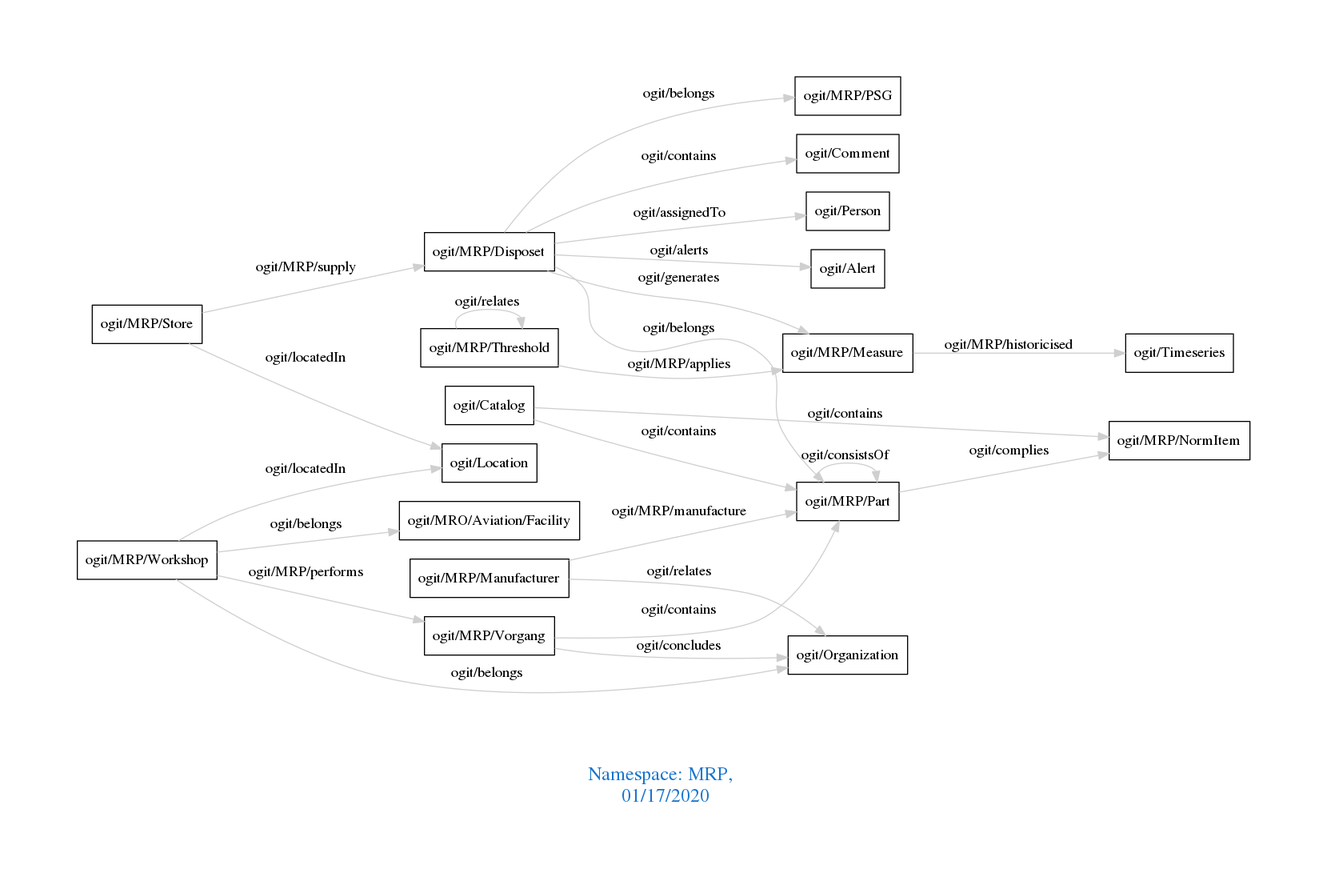
Above: downloads/MRP.png in arago/OGIT (Graphviz), before the change. Its source is kept beside it as downloads/MRP.dot. Its diagram source:
```dot
digraph OGIT_ontology {
 graph [ rankdir= LR,pad=1
fontsize = 18,
fontcolor= dodgerblue3,label = "\n\n\nNamespace: MRP, \n 01/17/2020"];
node[shape=polygon];
edge [  color="gray81"];

   "ogit/MRP/Disposet" -> "ogit/Comment" [label="   ogit/contains    "];
   "ogit/MRP/Vorgang" -> "ogit/MRP/Part" [label="   ogit/contains    "];
   "ogit/Catalog" -> "ogit/MRP/NormItem" [label="   ogit/contains    "];
   "ogit/Catalog" -> "ogit/MRP/Part" [label="   ogit/contains    "];
   "ogit/MRP/Vorgang" -> "ogit/Organization" [label="   ogit/concludes    "];
   "ogit/MRP/Disposet" -> "ogit/Person" [label="   ogit/assignedTo    "];
   "ogit/MRP/Disposet" -> "ogit/MRP/Measure" [label="   ogit/generates    "];
   "ogit/MRP/Threshold" -> "ogit/MRP/Measure" [label="   ogit/MRP/applies    "];
   "ogit/MRP/Part" -> "ogit/MRP/NormItem" [label="   ogit/complies    "];
   "ogit/MRP/Workshop" -> "ogit/MRP/Vorgang" [label="   ogit/MRP/performs    "];
   "ogit/MRP/Disposet" -> "ogit/Alert" [label="   ogit/alerts    "];
   "ogit/MRP/Store" -> "ogit/Location" [label="   ogit/locatedIn    "];
   "ogit/MRP/Workshop" -> "ogit/Location" [label="   ogit/locatedIn    "];
   "ogit/MRP/Measure" -> "ogit/Timeseries" [label="   ogit/MRP/historicised    "];
   "ogit/MRP/Manufacturer" -> "ogit/MRP/Part" [label="   ogit/MRP/manufacture    "];
   "ogit/MRP/Store" -> "ogit/MRP/Disposet" [label="   ogit/MRP/supply    "];
   "ogit/MRP/Disposet" -> "ogit/MRP/Part" [label="   ogit/belongs    "];
   "ogit/MRP/Disposet" -> "ogit/MRP/PSG" [label="   ogit/belongs    "];
   "ogit/MRP/Workshop" -> "ogit/MRO/Aviation/Facility" [label="   ogit/belongs    "];
   "ogit/MRP/Workshop" -> "ogit/Organization" [label="   ogit/belongs    "];
   "ogit/MRP/Manufacturer" -> "ogit/Organization" [label="   ogit/relates    "];
   "ogit/MRP/Threshold" -> "ogit/MRP/Threshold" [label="   ogit/relates    "];
   "ogit/MRP/Part" -> "ogit/MRP/Part" [label="   ogit/consistsOf    "];
}
```
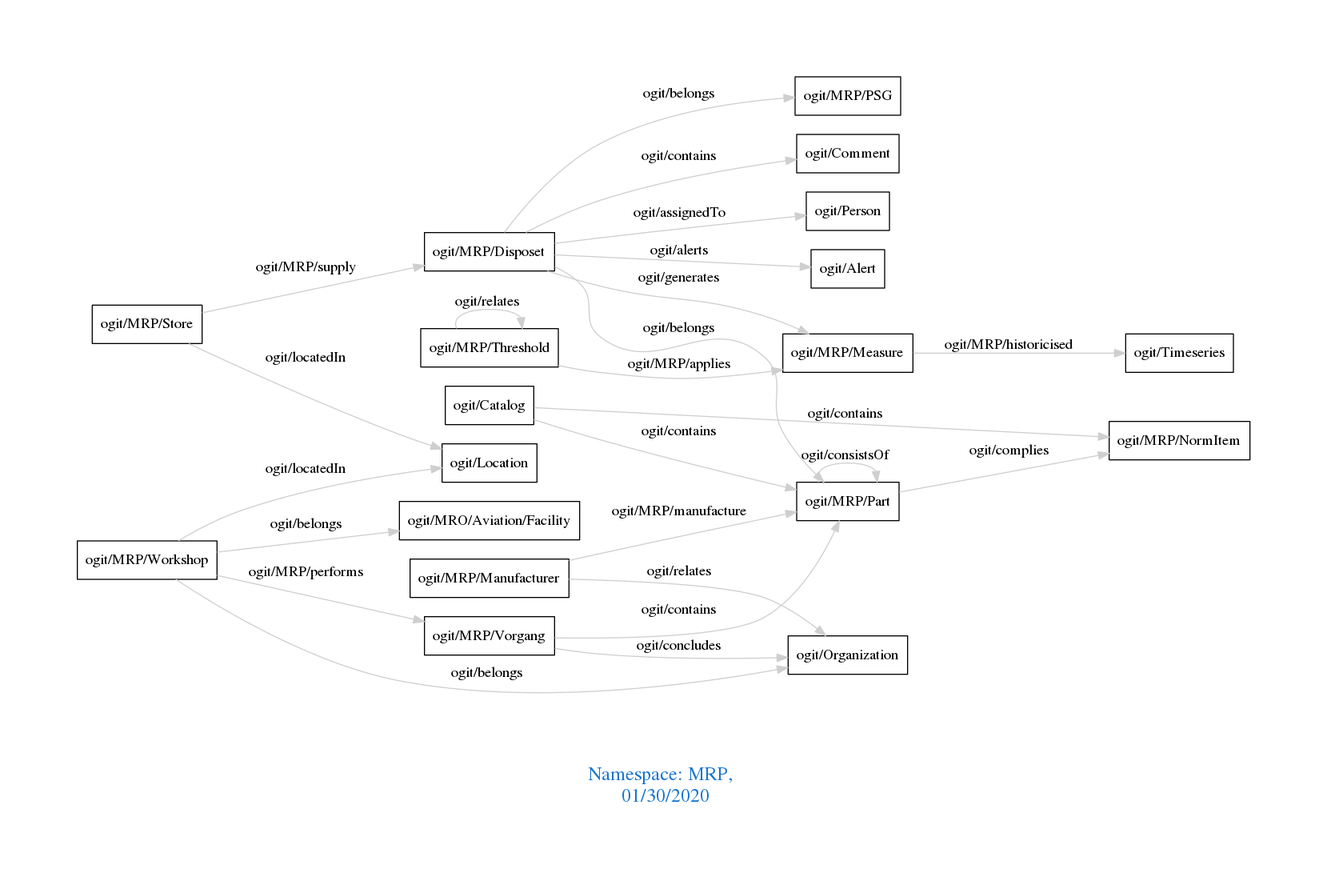
The same file after the commit.

Change to the diagram source:
```diff
@@ -1,7 +1,7 @@
 digraph OGIT_ontology {
  graph [ rankdir= LR,pad=1
 fontsize = 18,
-fontcolor= dodgerblue3,label = "\n\n\nNamespace: MRP, \n 01/17/2020"];
+fontcolor= dodgerblue3,label = "\n\n\nNamespace: MRP, \n 01/30/2020"];
 node[shape=polygon];
 edge [  color="gray81"];
 
```
